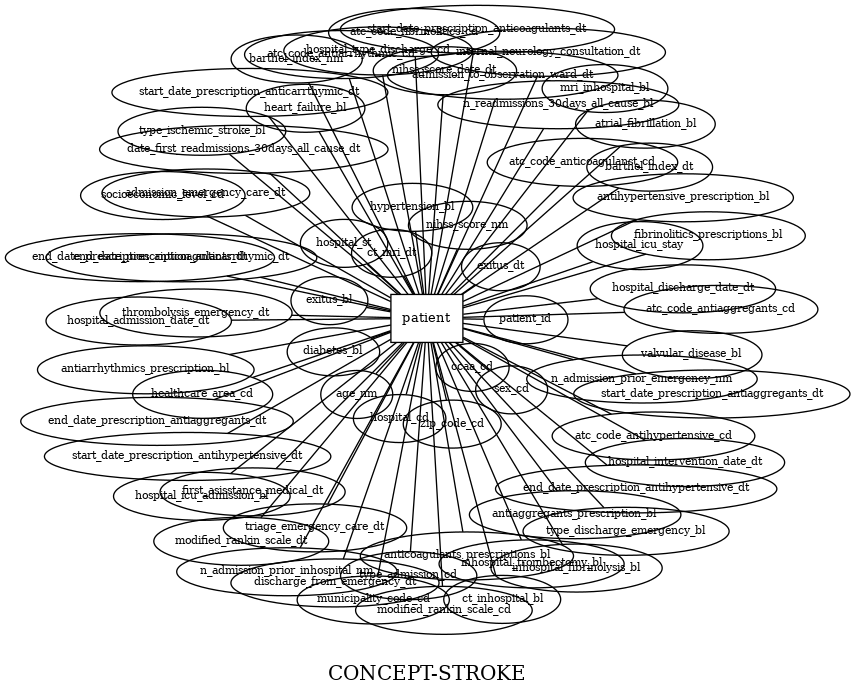
cienciadedatosysalud/CONCEPT-STROKE keeps this Graphviz diagram as docs/CDM/ER.gv.png. Above is the earlier version. Its source is kept beside it as docs/CDM/ER.gv.
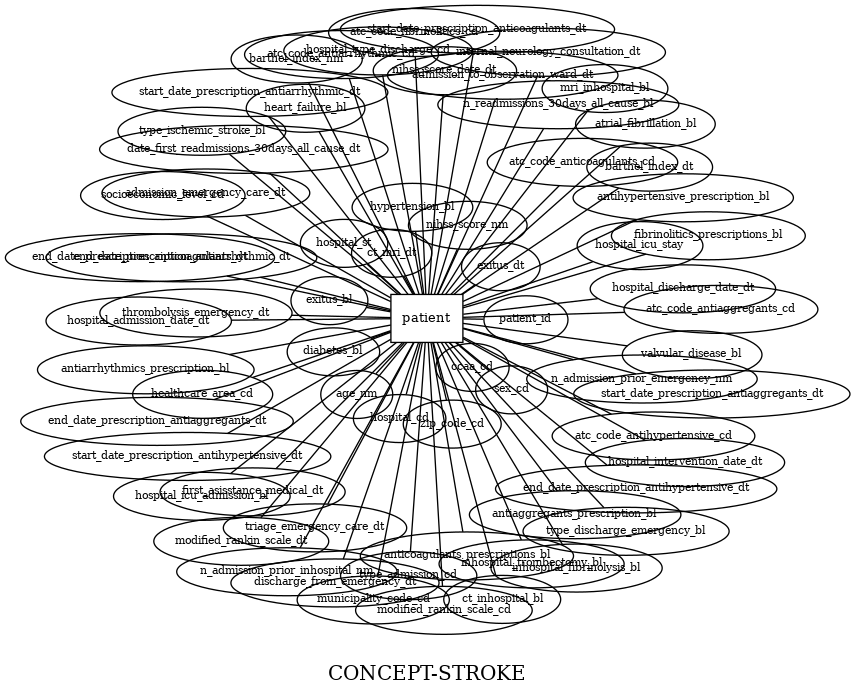
After the commit.

Diff of the diagram source:
```diff
@@ -72,8 +72,8 @@
 	patient_n_readmissions_30days_all_cause_bl -- patient [len=2.1]
 	patient_anticoagulants_prescriptions_bl [label=anticoagulants_prescriptions_bl fontsize="8pt"]
 	patient_anticoagulants_prescriptions_bl -- patient [len=2.1]
-	patient_atc_code_anticoagulanst_cd [label=atc_code_anticoagulanst_cd fontsize="8pt"]
-	patient_atc_code_anticoagulanst_cd -- patient [len=2.1]
+	patient_atc_code_anticoagulants_cd [label=atc_code_anticoagulants_cd fontsize="8pt"]
+	patient_atc_code_anticoagulants_cd -- patient [len=2.1]
 	patient_start_date_prescription_anticoagulants_dt [label=start_date_prescription_anticoagulants_dt fontsize="8pt"]
 	patient_start_date_prescription_anticoagulants_dt -- patient [len=2.1]
 	patient_end_date_prescription_anticoagulants_dt [label=end_date_prescription_anticoagulants_dt fontsize="8pt"]
@@ -82,10 +82,10 @@
 	patient_antiarrhythmics_prescription_bl -- patient [len=2.1]
 	patient_atc_code_antiarrhythmic_cd [label=atc_code_antiarrhythmic_cd fontsize="8pt"]
 	patient_atc_code_antiarrhythmic_cd -- patient [len=2.1]
-	patient_start_date_prescription_anticarrthymic_dt [label=start_date_prescription_anticarrthymic_dt fontsize="8pt"]
-	patient_start_date_prescription_anticarrthymic_dt -- patient [len=2.1]
-	patient_end_date_prescription_anticarrthymic_dt [label=end_date_prescription_anticarrthymic_dt fontsize="8pt"]
-	patient_end_date_prescription_anticarrthymic_dt -- patient [len=2.1]
+	patient_start_date_prescription_antiarrhythmic_dt [label=start_date_prescription_antiarrhythmic_dt fontsize="8pt"]
+	patient_start_date_prescription_antiarrhythmic_dt -- patient [len=2.1]
+	patient_end_date_prescription_antiarrhythmic_dt [label=end_date_prescription_antiarrhythmic_dt fontsize="8pt"]
+	patient_end_date_prescription_antiarrhythmic_dt -- patient [len=2.1]
 	patient_antihypertensive_prescription_bl [label=antihypertensive_prescription_bl fontsize="8pt"]
 	patient_antihypertensive_prescription_bl -- patient [len=2.1]
 	patient_atc_code_antihypertensive_cd [label=atc_code_antihypertensive_cd fontsize="8pt"]
```
